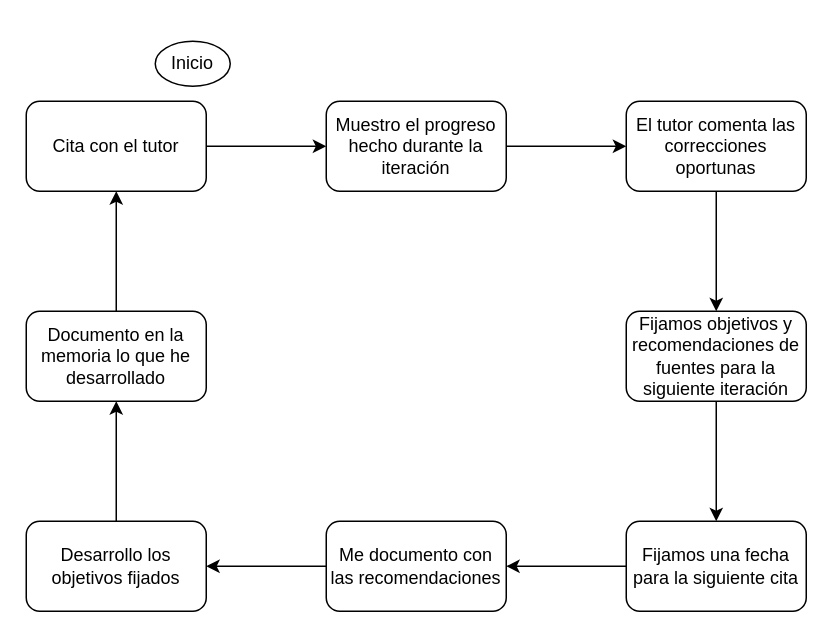
Before: Memoria/archivos/drawio/diagrama de metodologia.drawio in arturo-source/tfg-motor-juego-y-ia, a draw.io diagram. Source tidied: cells renumbered, new cells numbered last; positions are measured from the earlier drawing's top-left corner, leaving out a move shared by most shapes. Both pictures are drawn from the tidied source at 150%, with x=0, y=0 at pixel (26, 40).
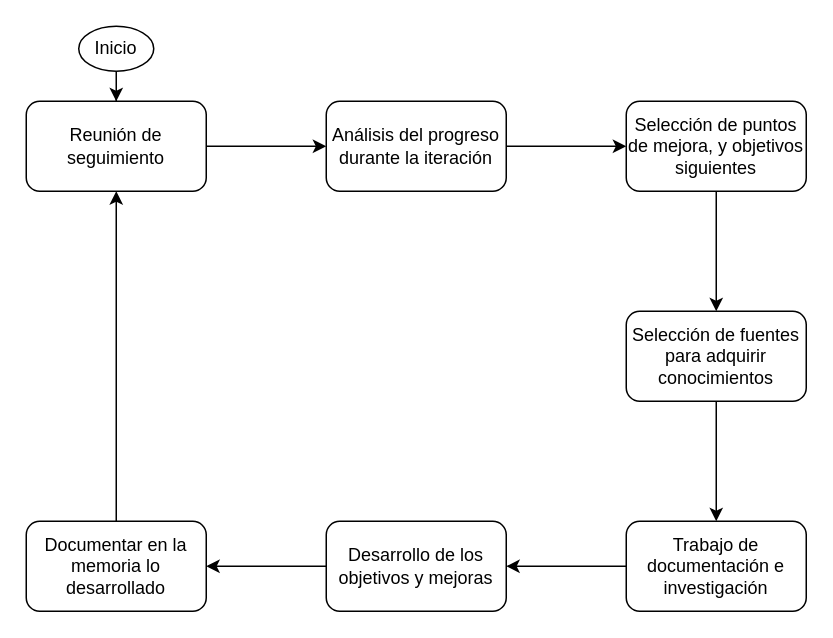
The same page after the edit.

Diff of the diagram source:
```diff
@@
 <mxGraphModel>
   <root>
     <mxCell id="0" />
     <mxCell id="1" parent="0" />
     <mxCell id="2" style="edgeStyle=orthogonalEdgeStyle;rounded=0;jettySize=auto;html=1;" parent="1" edge="1" source="3" target="5">
       <mxGeometry relative="1" as="geometry" />
     </mxCell>
-    <mxCell id="3" value="Cita con el tutor" style="rounded=1;whiteSpace=wrap;html=1;" parent="1" vertex="1">
+    <mxCell id="3" value="Reunión de seguimiento" style="rounded=1;whiteSpace=wrap;html=1;" parent="1" vertex="1">
       <mxGeometry y="40" width="120" height="60" as="geometry" />
     </mxCell>
     <mxCell id="4" style="edgeStyle=orthogonalEdgeStyle;rounded=0;jettySize=auto;html=1;" parent="1" edge="1" source="5" target="7">
       <mxGeometry relative="1" as="geometry" />
     </mxCell>
-    <mxCell id="5" value="Muestro el progreso hecho durante la iteración" style="rounded=1;whiteSpace=wrap;html=1;" parent="1" vertex="1">
+    <mxCell id="5" value="Análisis del progreso durante la iteración" style="rounded=1;whiteSpace=wrap;html=1;" parent="1" vertex="1">
       <mxGeometry x="200" y="40" width="120" height="60" as="geometry" />
     </mxCell>
     <mxCell id="6" style="edgeStyle=orthogonalEdgeStyle;rounded=0;jettySize=auto;html=1;" parent="1" edge="1" source="7" target="9">
       <mxGeometry relative="1" as="geometry" />
     </mxCell>
-    <mxCell id="7" value="El tutor comenta las correcciones oportunas" style="whiteSpace=wrap;html=1;rounded=1;" parent="1" vertex="1">
+    <mxCell id="7" value="Selección de puntos de mejora, y objetivos siguientes" style="whiteSpace=wrap;html=1;rounded=1;" parent="1" vertex="1">
       <mxGeometry x="400" y="40" width="120" height="60" as="geometry" />
     </mxCell>
     <mxCell id="8" style="edgeStyle=orthogonalEdgeStyle;rounded=0;jettySize=auto;html=1;" parent="1" edge="1" source="9" target="11">
       <mxGeometry relative="1" as="geometry" />
     </mxCell>
-    <mxCell id="9" value="Fijamos objetivos y recomendaciones de fuentes para la siguiente iteración" style="whiteSpace=wrap;html=1;rounded=1;" parent="1" vertex="1">
+    <mxCell id="9" value="Selección de fuentes para adquirir conocimientos" style="whiteSpace=wrap;html=1;rounded=1;" parent="1" vertex="1">
       <mxGeometry x="400" y="180" width="120" height="60" as="geometry" />
     </mxCell>
     <mxCell id="10" style="edgeStyle=orthogonalEdgeStyle;rounded=0;jettySize=auto;html=1;" parent="1" edge="1" source="11" target="13">
       <mxGeometry relative="1" as="geometry" />
     </mxCell>
-    <mxCell id="11" value="Fijamos una fecha para la siguiente cita" style="whiteSpace=wrap;html=1;rounded=1;" parent="1" vertex="1">
+    <mxCell id="11" value="Trabajo de documentación e investigación" style="whiteSpace=wrap;html=1;rounded=1;" parent="1" vertex="1">
       <mxGeometry x="400" y="320" width="120" height="60" as="geometry" />
     </mxCell>
     <mxCell id="12" style="edgeStyle=orthogonalEdgeStyle;rounded=0;jettySize=auto;html=1;" parent="1" edge="1" source="13" target="15">
       <mxGeometry relative="1" as="geometry" />
     </mxCell>
-    <mxCell id="13" value="Me documento con las recomendaciones" style="whiteSpace=wrap;html=1;rounded=1;" parent="1" vertex="1">
+    <mxCell id="13" value="Desarrollo de los objetivos y mejoras" style="whiteSpace=wrap;html=1;rounded=1;" parent="1" vertex="1">
       <mxGeometry x="200" y="320" width="120" height="60" as="geometry" />
     </mxCell>
-    <mxCell id="14" style="edgeStyle=orthogonalEdgeStyle;rounded=0;jettySize=auto;html=1;" parent="1" edge="1" source="15" target="17">
+    <mxCell id="14" style="edgeStyle=orthogonalEdgeStyle;rounded=0;jettySize=auto;html=1;entryX=0.5;entryY=1;entryDx=0;entryDy=0;" parent="1" edge="1" source="15" target="3">
       <mxGeometry relative="1" as="geometry" />
     </mxCell>
-    <mxCell id="15" value="Desarrollo los objetivos fijados" style="whiteSpace=wrap;html=1;rounded=1;" parent="1" vertex="1">
+    <mxCell id="15" value="Documentar en la memoria lo desarrollado" style="whiteSpace=wrap;html=1;rounded=1;" parent="1" vertex="1">
       <mxGeometry y="320" width="120" height="60" as="geometry" />
     </mxCell>
-    <mxCell id="16" style="edgeStyle=orthogonalEdgeStyle;rounded=0;jettySize=auto;html=1;" parent="1" edge="1" source="17" target="3">
-      <mxGeometry relative="1" as="geometry" />
-    </mxCell>
-    <mxCell id="17" value="Documento en la memoria lo que he desarrollado" style="whiteSpace=wrap;html=1;rounded=1;" parent="1" vertex="1">
-      <mxGeometry y="180" width="120" height="60" as="geometry" />
-    </mxCell>
+    <mxCell id="19" style="edgeStyle=orthogonalEdgeStyle;rounded=0;jettySize=auto;html=1;" parent="1" edge="1" source="18" target="3">
+      <mxGeometry relative="1" as="geometry" />
+    </mxCell>
     <mxCell id="18" value="Inicio" style="ellipse;whiteSpace=wrap;html=1;" parent="1" vertex="1">
-      <mxGeometry x="86" width="50" height="30" as="geometry" />
+      <mxGeometry x="35" y="-10" width="50" height="30" as="geometry" />
     </mxCell>
   </root>
 </mxGraphModel>
```
